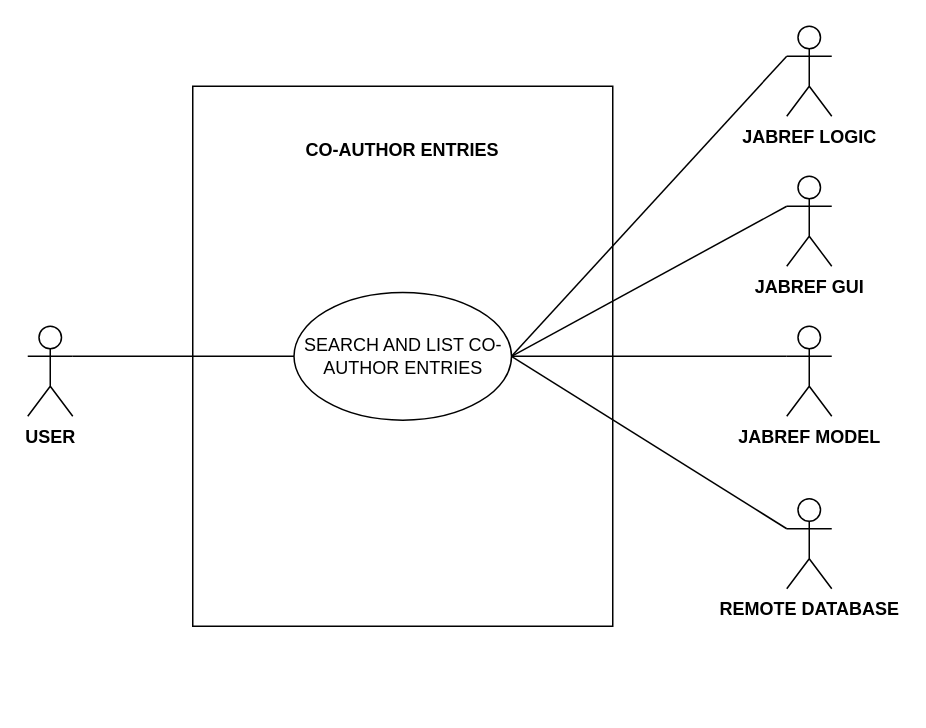
Above: Project/Phase_2/Sprint_1/team_member_FranciscoPires58208/Use Case/Use_Case_Diagram_Implementação2.drawio in pedrosimoes28/jabref (draw.io), before the change. Source tidied: cells renumbered, new cells numbered last; positions are measured from the earlier drawing's top-left corner, leaving out a move shared by most shapes. Both pictures are drawn from the tidied source at 150%, with x=0, y=0 at pixel (27, 26).
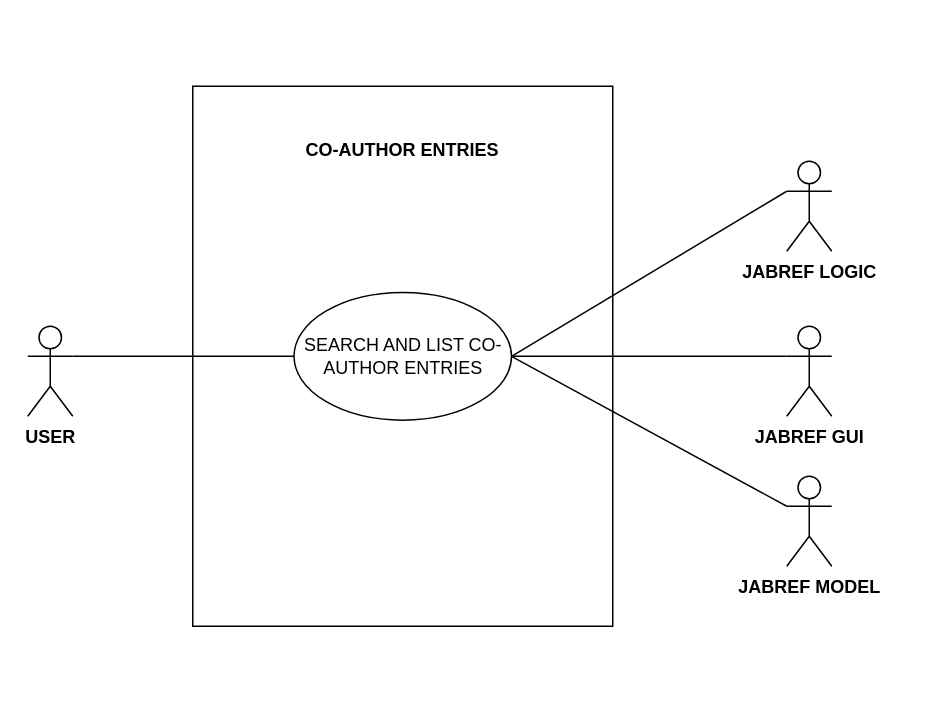
The same page after the edit.

The edit, as a diff of the source:
```diff
@@
 <mxGraphModel background="#FFFFFF">
   <root>
     <mxCell id="0" />
     <mxCell id="1" parent="0" />
     <mxCell id="2" style="group;labelBackgroundColor=none;" parent="1" vertex="1">
       <mxGeometry x="110" y="40" width="280" height="410" as="geometry" />
     </mxCell>
     <mxCell id="3" style="group;labelBackgroundColor=none;" parent="2" vertex="1">
       <mxGeometry width="280" height="410" as="geometry" />
     </mxCell>
     <mxCell id="4" style="rounded=0;whiteSpace=wrap;html=1;labelBackgroundColor=none;" parent="3" vertex="1">
       <mxGeometry width="280" height="360" as="geometry" />
     </mxCell>
     <mxCell id="5" value="&lt;b&gt;CO-AUTHOR ENTRIES&lt;/b&gt;" style="text;html=1;strokeColor=none;fillColor=none;align=center;verticalAlign=middle;whiteSpace=wrap;rounded=0;labelBackgroundColor=none;" parent="3" vertex="1">
       <mxGeometry x="70" y="31.5" width="140" height="23.6" as="geometry" />
     </mxCell>
     <mxCell id="6" value="SEARCH AND LIST CO-AUTHOR ENTRIES" style="ellipse;whiteSpace=wrap;html=1;labelBackgroundColor=none;" parent="3" vertex="1">
       <mxGeometry x="67.5" y="137.5" width="145" height="85.1" as="geometry" />
     </mxCell>
     <mxCell id="7" value="&lt;b&gt;USER&lt;/b&gt;" style="shape=umlActor;verticalLabelPosition=bottom;verticalAlign=top;html=1;outlineConnect=0;labelBackgroundColor=none;" parent="1" vertex="1">
       <mxGeometry y="200" width="30" height="60" as="geometry" />
     </mxCell>
     <mxCell id="8" style="endArrow=none;html=1;rounded=0;exitX=0;exitY=0.5;exitDx=0;exitDy=0;entryX=1;entryY=0.3333333333333333;entryDx=0;entryDy=0;entryPerimeter=0;labelBackgroundColor=none;" parent="1" edge="1" source="6" target="7">
       <mxGeometry relative="1" as="geometry" />
     </mxCell>
     <mxCell id="9" value="&lt;b&gt;JABREF LOGIC&lt;/b&gt;" style="shape=umlActor;verticalLabelPosition=bottom;verticalAlign=top;html=1;outlineConnect=0;labelBackgroundColor=none;" parent="1" vertex="1">
-      <mxGeometry x="506" width="30" height="60" as="geometry" />
+      <mxGeometry x="506" y="90" width="30" height="60" as="geometry" />
     </mxCell>
     <mxCell id="10" value="&lt;b&gt;JABREF GUI&lt;/b&gt;" style="shape=umlActor;verticalLabelPosition=bottom;verticalAlign=top;html=1;outlineConnect=0;labelBackgroundColor=none;" parent="1" vertex="1">
-      <mxGeometry x="506" y="100" width="30" height="60" as="geometry" />
+      <mxGeometry x="506" y="200" width="30" height="60" as="geometry" />
     </mxCell>
     <mxCell id="11" value="&lt;b&gt;JABREF MODEL&lt;/b&gt;" style="shape=umlActor;verticalLabelPosition=bottom;verticalAlign=top;html=1;outlineConnect=0;labelBackgroundColor=none;" parent="1" vertex="1">
-      <mxGeometry x="506" y="200" width="30" height="60" as="geometry" />
+      <mxGeometry x="506" y="300" width="30" height="60" as="geometry" />
     </mxCell>
     <mxCell id="12" style="endArrow=none;html=1;rounded=0;entryX=0;entryY=0.3333333333333333;entryDx=0;entryDy=0;entryPerimeter=0;exitX=1;exitY=0.5;exitDx=0;exitDy=0;labelBackgroundColor=none;" parent="1" edge="1" source="6" target="9">
       <mxGeometry relative="1" as="geometry" />
     </mxCell>
     <mxCell id="13" style="endArrow=none;html=1;rounded=0;entryX=1;entryY=0.5;entryDx=0;entryDy=0;exitX=0;exitY=0.3333333333333333;exitDx=0;exitDy=0;exitPerimeter=0;labelBackgroundColor=none;" parent="1" edge="1" source="10" target="6">
       <mxGeometry relative="1" as="geometry" />
     </mxCell>
     <mxCell id="14" style="endArrow=none;html=1;rounded=0;entryX=0;entryY=0.3333333333333333;entryDx=0;entryDy=0;entryPerimeter=0;exitX=1;exitY=0.5;exitDx=0;exitDy=0;labelBackgroundColor=none;" parent="1" edge="1" source="6" target="11">
       <mxGeometry relative="1" as="geometry" />
     </mxCell>
-    <mxCell id="15" value="&lt;b&gt;REMOTE DATABASE&lt;/b&gt;" style="shape=umlActor;verticalLabelPosition=bottom;verticalAlign=top;html=1;outlineConnect=0;labelBackgroundColor=none;" parent="1" vertex="1">
-      <mxGeometry x="506" y="315" width="30" height="60" as="geometry" />
-    </mxCell>
-    <mxCell id="16" style="endArrow=none;html=1;rounded=0;entryX=0;entryY=0.3333333333333333;entryDx=0;entryDy=0;entryPerimeter=0;exitX=1;exitY=0.5;exitDx=0;exitDy=0;labelBackgroundColor=none;" parent="1" edge="1" source="6" target="15">
-      <mxGeometry relative="1" as="geometry" />
-    </mxCell>
   </root>
 </mxGraphModel>
```
